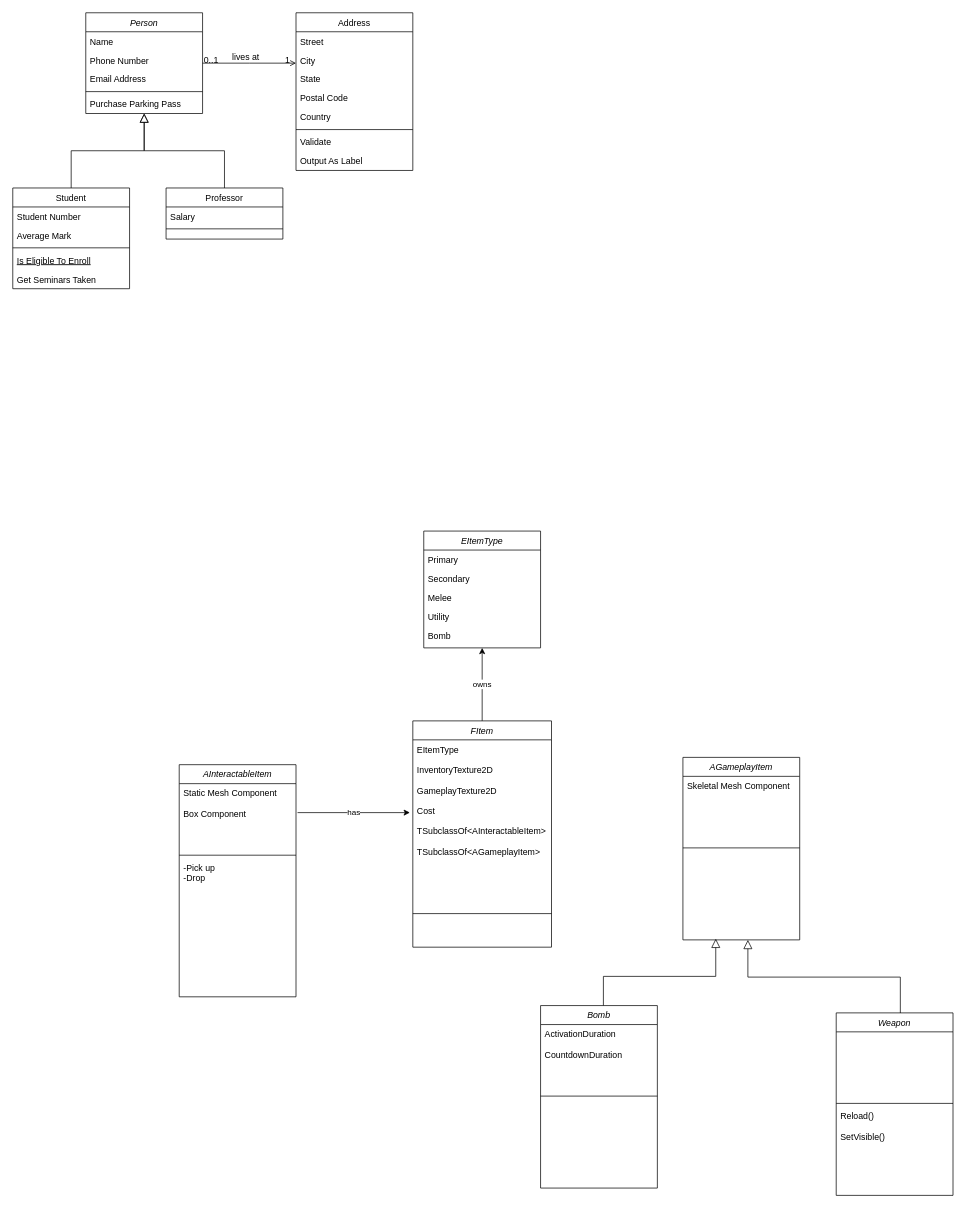
This is ItemClassHierarchy.drawio from 1CodeLearner/UE_CS2Clone, a draw.io file, before an edit. Source tidied: cells renumbered, new cells numbered last; positions are measured from the earlier drawing's top-left corner, leaving out a move shared by most shapes. Both pictures are drawn from the tidied source at 73%, with x=0, y=0 at pixel (12, 12).
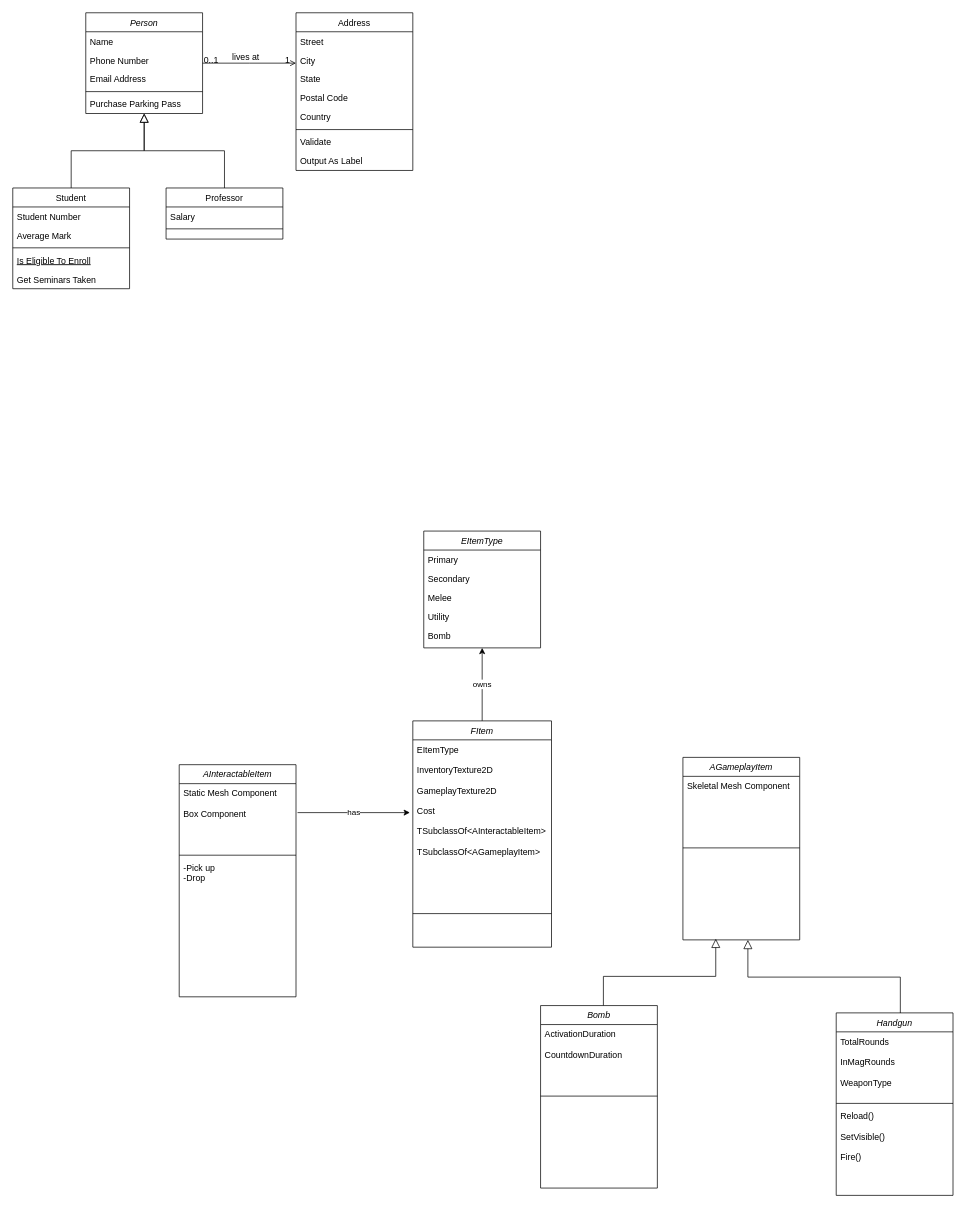
After the change.

Change to the diagram source:
```diff
@@
-    <mxCell id="51" value="Weapon" style="swimlane;fontStyle=2;align=center;verticalAlign=top;horizontal=1;startSize=26;rounded=0;shadow=0;strokeWidth=1;" parent="1" vertex="1">
+    <mxCell id="51" value="Handgun" style="swimlane;fontStyle=2;align=center;verticalAlign=top;horizontal=1;startSize=26;rounded=0;shadow=0;strokeWidth=1;" parent="1" vertex="1">
       <mxGeometry x="1128" y="1370" width="160" height="250" as="geometry" />
     </mxCell>
-    <mxCell id="52" value="&#10;" style="text;align=left;verticalAlign=top;spacingLeft=4;spacingRight=4;overflow=hidden;" parent="51" vertex="1">
+    <mxCell id="52" value="TotalRounds&#10;&#10;InMagRounds&#10;&#10;WeaponType" style="text;align=left;verticalAlign=top;spacingLeft=4;spacingRight=4;overflow=hidden;" parent="51" vertex="1">
       <mxGeometry y="26" width="160" height="94" as="geometry" />
     </mxCell>
@@
-    <mxCell id="54" value="Reload()&#10;&#10;SetVisible()&#10;&#10;" style="text;align=left;verticalAlign=top;spacingLeft=4;spacingRight=4;overflow=hidden;" parent="51" vertex="1">
+    <mxCell id="54" value="Reload()&#10;&#10;SetVisible()&#10;&#10;Fire()&#10;&#10;" style="text;align=left;verticalAlign=top;spacingLeft=4;spacingRight=4;overflow=hidden;" parent="51" vertex="1">
       <mxGeometry y="128" width="160" height="122" as="geometry" />
     </mxCell>
```
